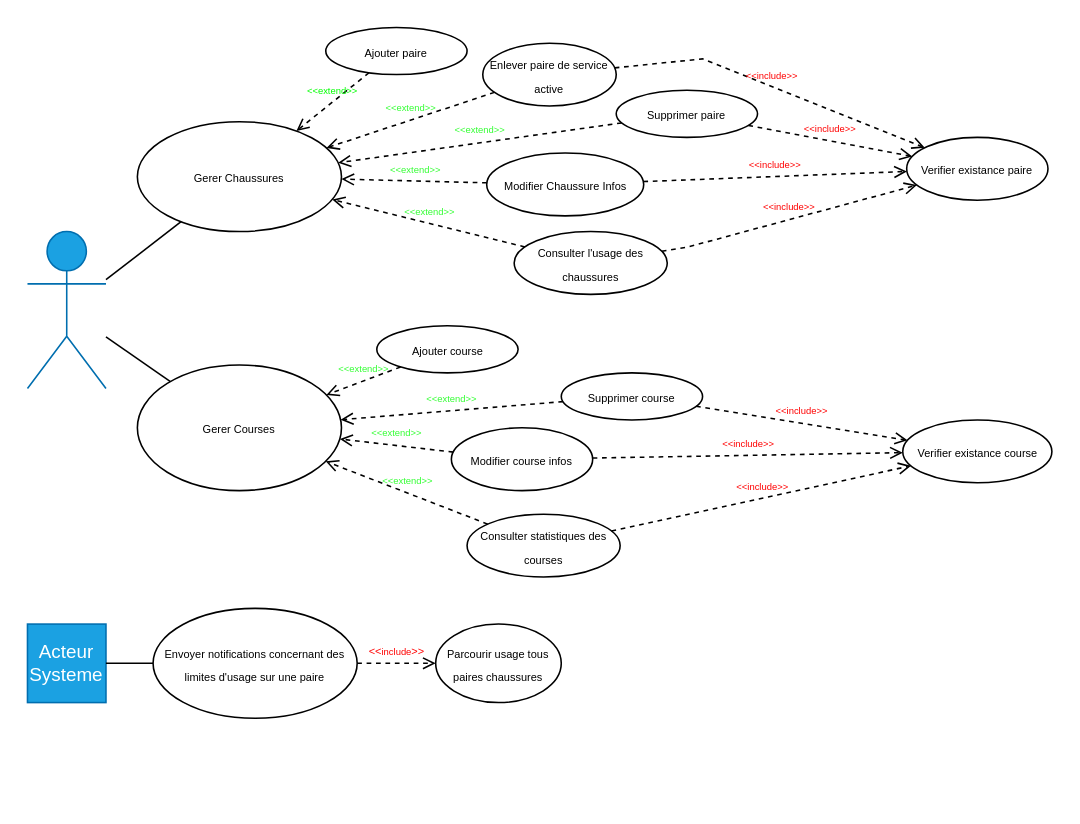
Before: ProjectShoeTrack/Documentation/ShoeTrackUseCaseDiagram.drawio in chocowgirl/CoursFrancisco, a draw.io diagram. Source tidied: cells renumbered, new cells numbered last; positions are measured from the earlier drawing's top-left corner, leaving out a move shared by most shapes. Both pictures are drawn from the tidied source at 157%, with x=0, y=0 at pixel (27, 27).
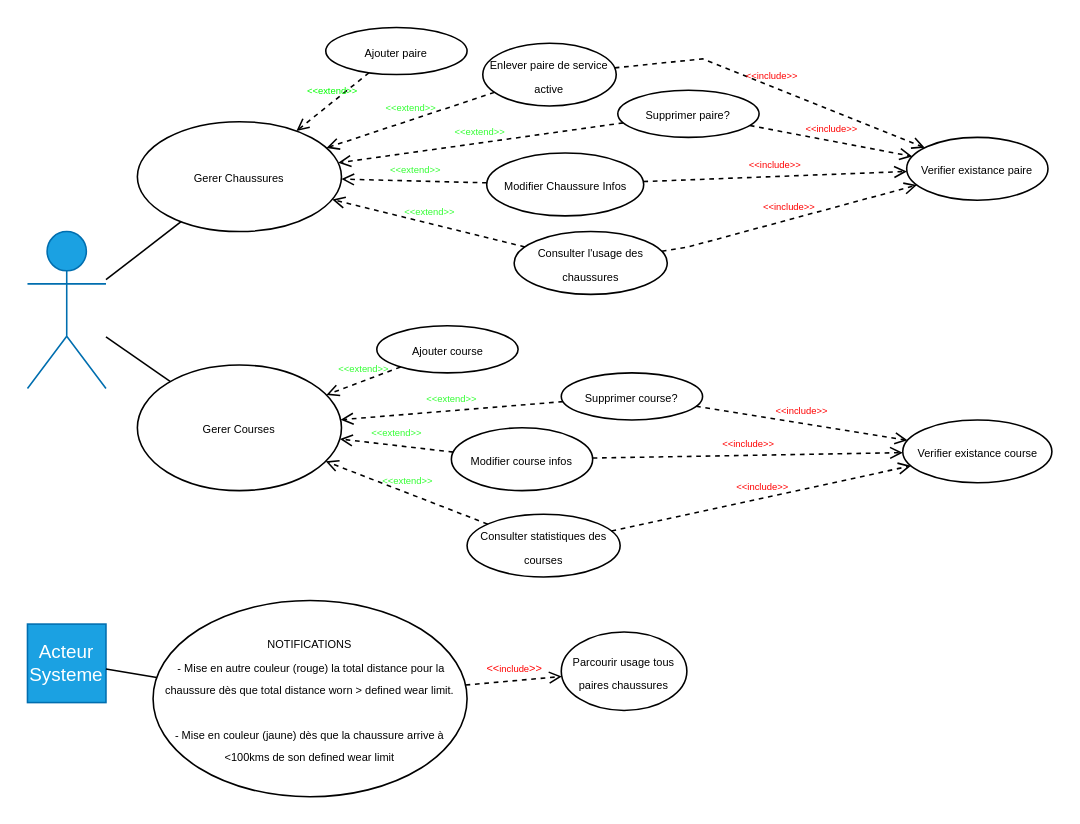
The same page after the edit.

Change to the diagram source:
```diff
@@
-    <mxCell id="5" value="&lt;font style=&quot;font-size: 7px;&quot;&gt;Envoyer notifications concernant des limites d'usage sur une paire&lt;/font&gt;" style="ellipse;whiteSpace=wrap;html=1;" parent="1" vertex="1">
-      <mxGeometry x="80" y="370" width="130" height="70" as="geometry" />
+    <mxCell id="5" value="&lt;font style=&quot;font-size: 7px;&quot;&gt;NOTIFICATIONS&lt;/font&gt;&lt;div&gt;&lt;font style=&quot;font-size: 7px;&quot;&gt;&amp;nbsp;- Mise en autre couleur (rouge) la total distance pour la chaussure dès que total distance worn &amp;gt; defined wear limit.&lt;br&gt;&lt;br&gt;&lt;/font&gt;&lt;div&gt;&lt;font style=&quot;font-size: 7px;&quot;&gt;- Mise en couleur (jaune) dès que la chaussure arrive à &amp;lt;100kms de son defined wear limit&lt;/font&gt;&lt;/div&gt;&lt;/div&gt;" style="ellipse;whiteSpace=wrap;html=1;" parent="1" vertex="1">
+      <mxGeometry x="80" y="365" width="200" height="125" as="geometry" />
     </mxCell>
@@
-    <mxCell id="11" value="&lt;font style=&quot;font-size: 7px;&quot;&gt;Supprimer paire&lt;/font&gt;" style="ellipse;whiteSpace=wrap;html=1;" parent="1" vertex="1">
-      <mxGeometry x="375" y="40" width="90" height="30" as="geometry" />
+    <mxCell id="11" value="&lt;font style=&quot;font-size: 7px;&quot;&gt;Supprimer paire?&lt;/font&gt;" style="ellipse;whiteSpace=wrap;html=1;" parent="1" vertex="1">
+      <mxGeometry x="376" y="40" width="90" height="30" as="geometry" />
     </mxCell>
-    <mxCell id="12" value="&lt;font style=&quot;font-size: 7px;&quot;&gt;Supprimer course&lt;/font&gt;" style="ellipse;whiteSpace=wrap;html=1;" parent="1" vertex="1">
+    <mxCell id="12" value="&lt;font style=&quot;font-size: 7px;&quot;&gt;Supprimer course?&lt;/font&gt;" style="ellipse;whiteSpace=wrap;html=1;" parent="1" vertex="1">
       <mxGeometry x="340" y="220" width="90" height="30" as="geometry" />
     </mxCell>
@@
     <mxCell id="26" value="&lt;font style=&quot;font-size: 7px;&quot;&gt;Parcourir usage tous paires chaussures&lt;/font&gt;" style="ellipse;whiteSpace=wrap;html=1;" parent="1" vertex="1">
-      <mxGeometry x="260" y="380" width="80" height="50" as="geometry" />
+      <mxGeometry x="340" y="385" width="80" height="50" as="geometry" />
     </mxCell>
```
